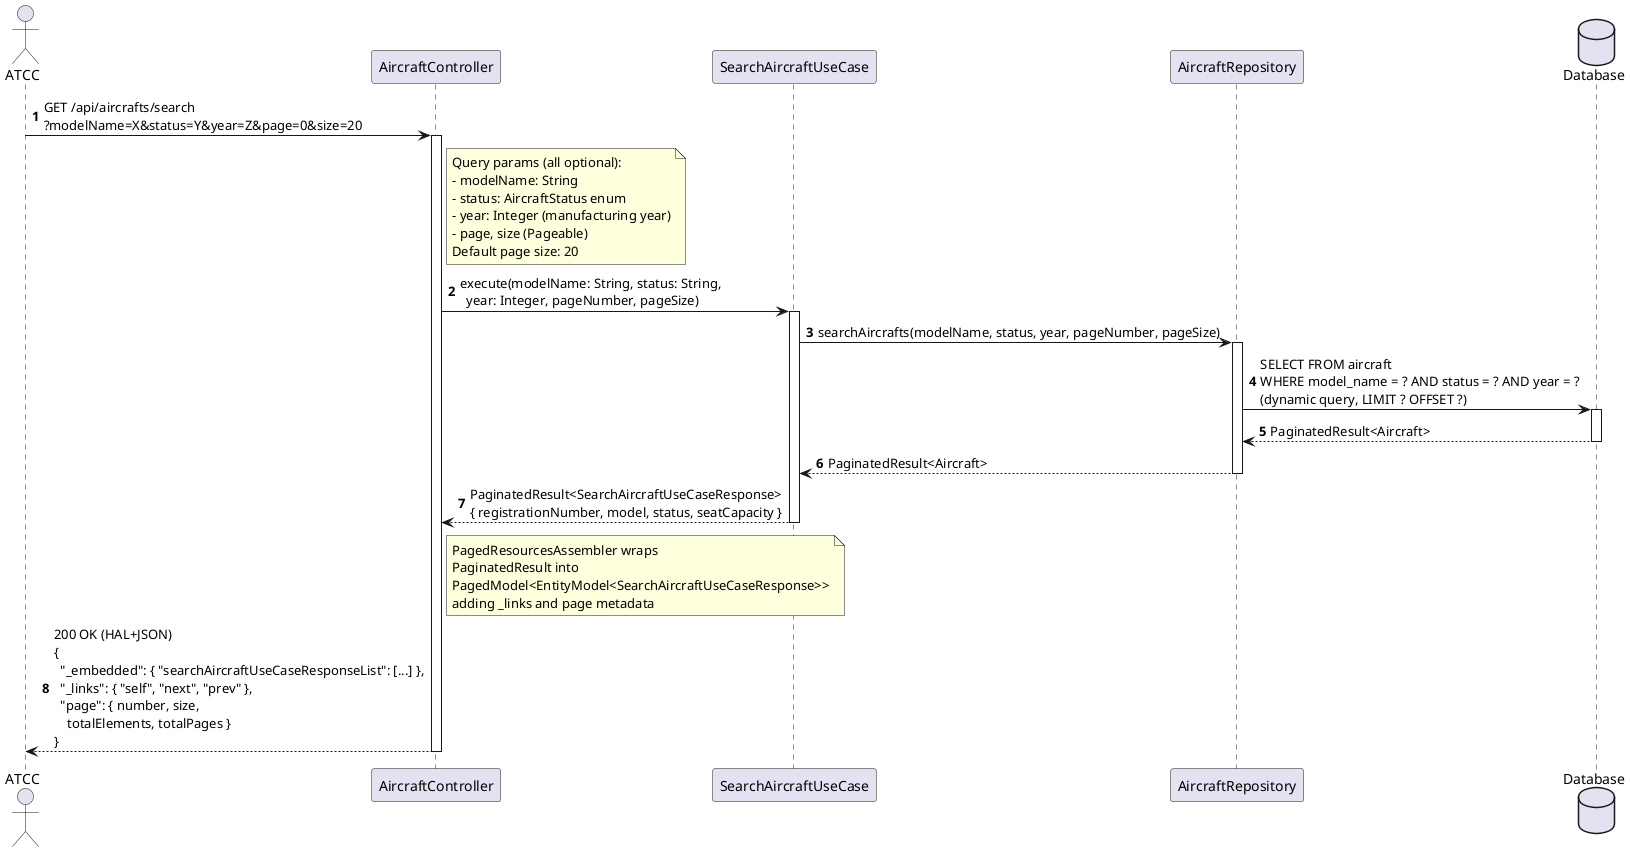
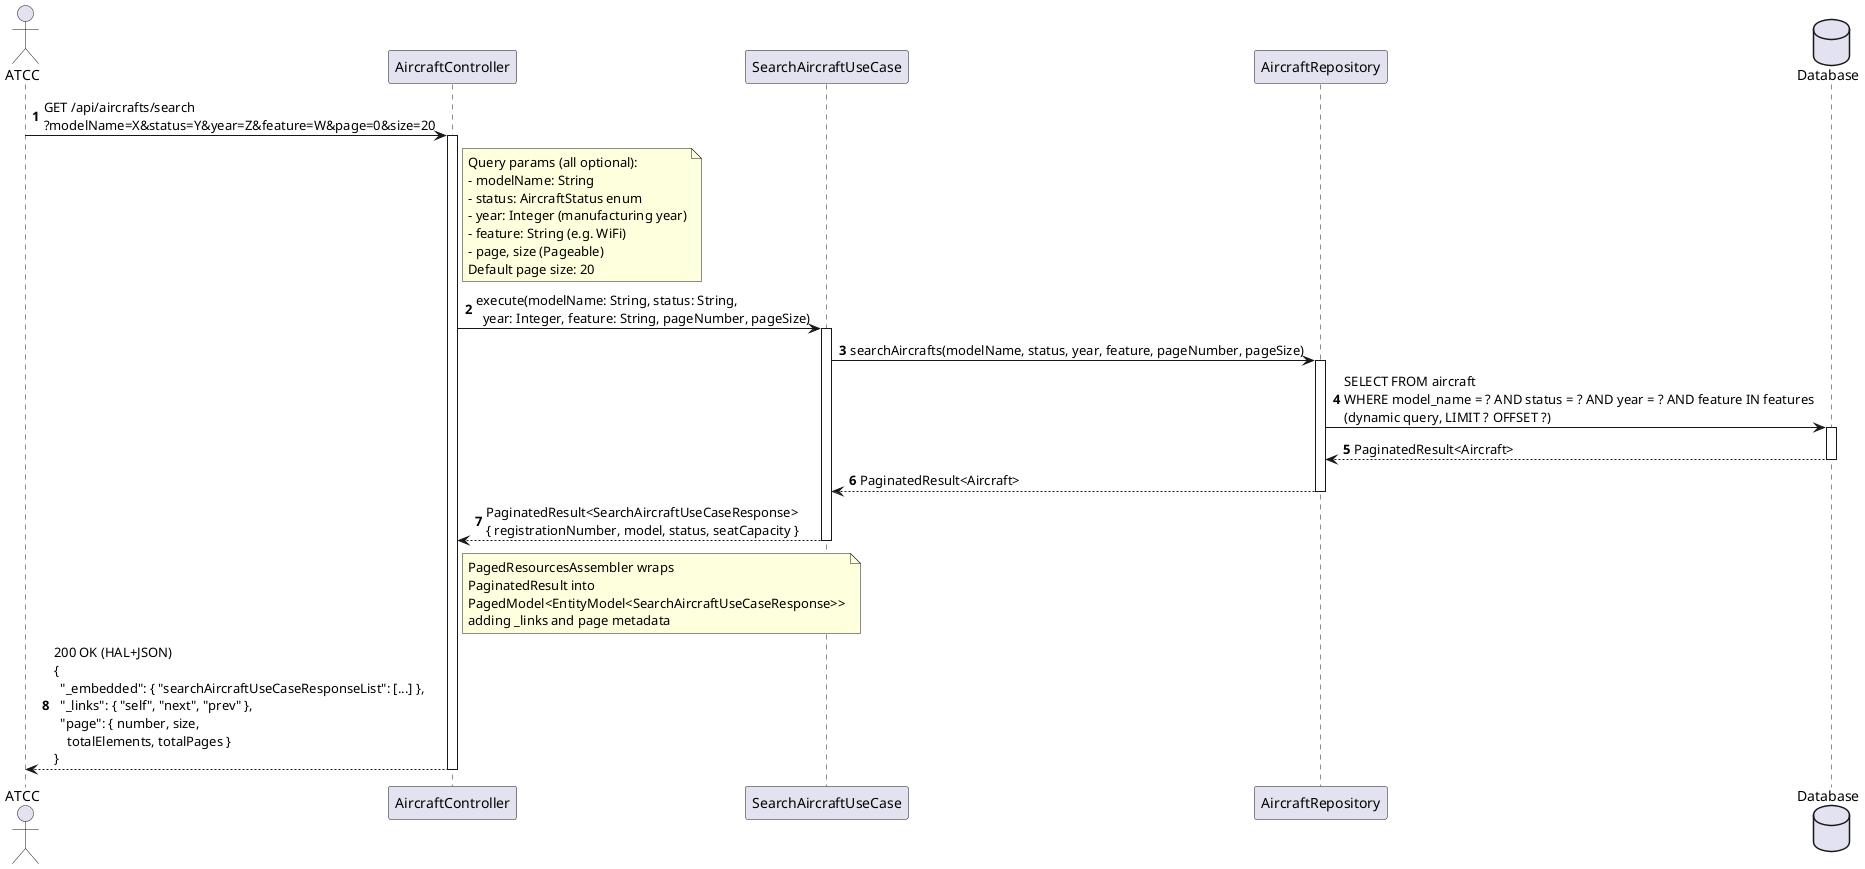
@startuml
autonumber
actor "ATCC" as ATCC
participant "AircraftController" as Ctrl
participant "SearchAircraftUseCase" as UC
participant "AircraftRepository" as Repo
database "Database" as DB

- ATCC -> Ctrl : GET /api/aircrafts/search\n?modelName=X&status=Y&year=Z&page=0&size=20
+ ATCC -> Ctrl : GET /api/aircrafts/search\n?modelName=X&status=Y&year=Z&feature=W&page=0&size=20
activate Ctrl

note right of Ctrl
  Query params (all optional):
  - modelName: String
  - status: AircraftStatus enum
  - year: Integer (manufacturing year)
+   - feature: String (e.g. WiFi)
  - page, size (Pageable)
  Default page size: 20
end note

- Ctrl -> UC : execute(modelName: String, status: String,\n  year: Integer, pageNumber, pageSize)
+ Ctrl -> UC : execute(modelName: String, status: String,\n  year: Integer, feature: String, pageNumber, pageSize)
activate UC

- UC -> Repo : searchAircrafts(modelName, status, year, pageNumber, pageSize)
+ UC -> Repo : searchAircrafts(modelName, status, year, feature, pageNumber, pageSize)
activate Repo
- Repo -> DB : SELECT FROM aircraft\nWHERE model_name = ? AND status = ? AND year = ?\n(dynamic query, LIMIT ? OFFSET ?)
+ Repo -> DB : SELECT FROM aircraft\nWHERE model_name = ? AND status = ? AND year = ? AND feature IN features\n(dynamic query, LIMIT ? OFFSET ?)
activate DB
DB --> Repo : PaginatedResult<Aircraft>
deactivate DB
Repo --> UC : PaginatedResult<Aircraft>
deactivate Repo

UC --> Ctrl : PaginatedResult<SearchAircraftUseCaseResponse>\n{ registrationNumber, model, status, seatCapacity }
deactivate UC

note right of Ctrl
  PagedResourcesAssembler wraps
  PaginatedResult into
  PagedModel<EntityModel<SearchAircraftUseCaseResponse>>
  adding _links and page metadata
end note

ATCC <-- Ctrl : 200 OK (HAL+JSON)\n{\n  "_embedded": { "searchAircraftUseCaseResponseList": [...] },\n  "_links": { "self", "next", "prev" },\n  "page": { number, size,\n    totalElements, totalPages }\n}
deactivate Ctrl
@enduml
